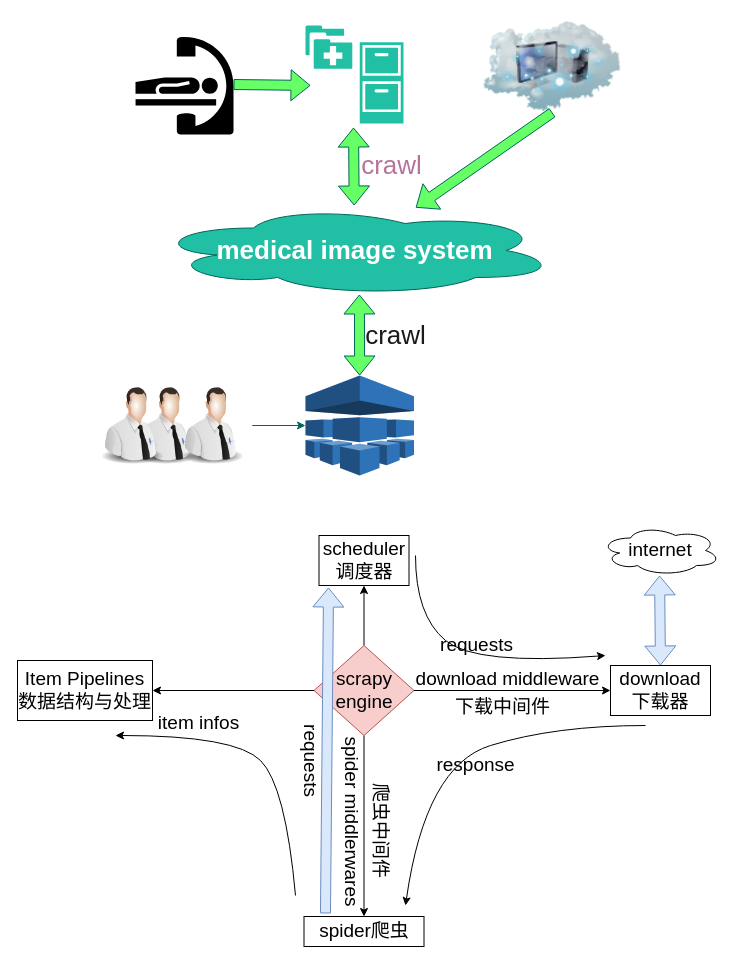
The draw.io diagram crawl&medicalimage_review.drawio in Thesoul20/daily-work, before the edit. Source tidied: cells renumbered, new cells numbered last; positions are measured from the earlier drawing's top-left corner, leaving out a move shared by most shapes. Both pictures are drawn from the tidied source at 100%, with x=0, y=0 at pixel (17, 21).
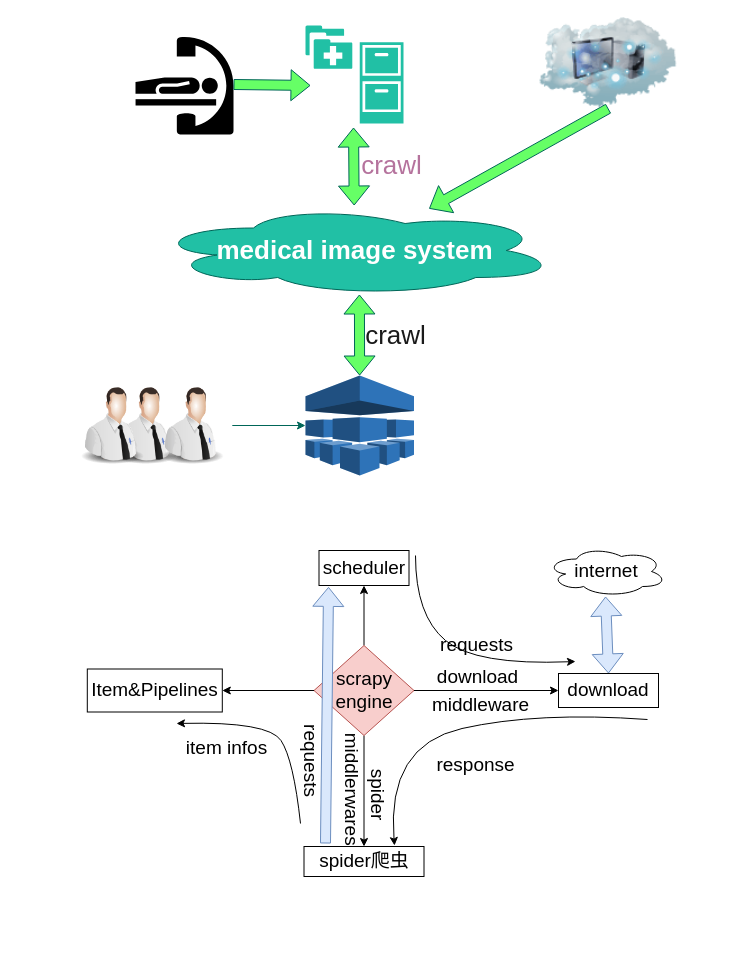
The same page after the edit.

Change to the diagram source:
```diff
@@
     <mxCell id="9" style="image;html=1;image=img/lib/clip_art/people/Tech_Man_128x128.png;rounded=0;sketch=0;fontSize=26;fontColor=#FFFFFF;strokeColor=#006658;fillColor=#21C0A5;" parent="1" vertex="1">
-      <mxGeometry x="108" y="364" width="80" height="80" as="geometry" />
+      <mxGeometry x="88" y="364" width="80" height="80" as="geometry" />
     </mxCell>
     <mxCell id="10" style="image;html=1;image=img/lib/clip_art/people/Tech_Man_128x128.png;rounded=0;sketch=0;fontSize=26;fontColor=#FFFFFF;strokeColor=#006658;fillColor=#21C0A5;" parent="1" vertex="1">
-      <mxGeometry x="75" y="364" width="80" height="80" as="geometry" />
+      <mxGeometry x="55" y="364" width="80" height="80" as="geometry" />
     </mxCell>
@@
     <mxCell id="12" style="image;html=1;image=img/lib/clip_art/people/Tech_Man_128x128.png;rounded=0;sketch=0;fontSize=26;fontColor=#FFFFFF;strokeColor=#006658;fillColor=#21C0A5;" parent="1" vertex="1">
-      <mxGeometry x="154.8" y="364" width="80" height="80" as="geometry" />
+      <mxGeometry x="134.8" y="364" width="80" height="80" as="geometry" />
     </mxCell>
@@
     <mxCell id="15" style="image;html=1;image=img/lib/clip_art/networking/Cloud_Computer_128x128.png;rounded=0;sketch=0;fontSize=26;fontColor=#B5739D;strokeColor=#006658;fillColor=#21C0A5;" parent="1" vertex="1">
-      <mxGeometry x="461" width="148" height="91" as="geometry" />
+      <mxGeometry x="517" y="-4" width="148" height="91" as="geometry" />
     </mxCell>
@@
-    <mxCell id="22" value="scheduler调度器" style="rounded=0;whiteSpace=wrap;html=1;fontSize=19;" parent="1" vertex="1">
-      <mxGeometry x="301.5" y="514" width="90" height="50" as="geometry" />
+    <mxCell id="22" value="scheduler" style="rounded=0;whiteSpace=wrap;html=1;fontSize=19;" parent="1" vertex="1">
+      <mxGeometry x="301.5" y="529" width="90" height="35" as="geometry" />
     </mxCell>
-    <mxCell id="23" value="Item Pipelines数据结构与处理" style="rounded=0;whiteSpace=wrap;html=1;fontSize=19;" parent="1" vertex="1">
-      <mxGeometry y="639" width="135" height="60" as="geometry" />
+    <mxCell id="23" value="Item&amp;amp;Pipelines" style="rounded=0;whiteSpace=wrap;html=1;fontSize=19;" parent="1" vertex="1">
+      <mxGeometry x="69.8" y="647.5" width="135" height="43" as="geometry" />
     </mxCell>
     <mxCell id="24" value="internet" style="ellipse;shape=cloud;whiteSpace=wrap;html=1;fontSize=19;" parent="1" vertex="1">
-      <mxGeometry x="583" y="504" width="120" height="50" as="geometry" />
+      <mxGeometry x="529" y="525" width="120" height="50" as="geometry" />
     </mxCell>
-    <mxCell id="25" value="download下载器" style="rounded=0;whiteSpace=wrap;html=1;fontSize=19;" parent="1" vertex="1">
-      <mxGeometry x="593" y="644" width="100" height="50" as="geometry" />
+    <mxCell id="25" value="download" style="rounded=0;whiteSpace=wrap;html=1;fontSize=19;" parent="1" vertex="1">
+      <mxGeometry x="541" y="652" width="100" height="34" as="geometry" />
     </mxCell>
     <mxCell id="26" value="spider爬虫" style="rounded=0;whiteSpace=wrap;html=1;fontSize=19;" parent="1" vertex="1">
-      <mxGeometry x="286.5" y="895" width="120" height="30" as="geometry" />
+      <mxGeometry x="286.5" y="825" width="120" height="30" as="geometry" />
     </mxCell>
@@
-    <mxCell id="28" value="download middleware" style="text;html=1;align=center;verticalAlign=middle;strokeColor=none;fillColor=none;fontSize=19;" parent="1" vertex="1">
-      <mxGeometry x="390" y="643" width="200" height="30" as="geometry" />
+    <mxCell id="28" value="download" style="text;html=1;align=center;verticalAlign=middle;strokeColor=none;fillColor=none;fontSize=19;" parent="1" vertex="1">
+      <mxGeometry x="414" y="642" width="91" height="27" as="geometry" />
     </mxCell>
-    <mxCell id="29" value="下载中间件" style="text;html=1;align=center;verticalAlign=middle;strokeColor=none;fillColor=none;fontSize=19;" parent="1" vertex="1">
-      <mxGeometry x="430" y="671" width="110" height="30" as="geometry" />
-    </mxCell>
-    <mxCell id="30" value="爬虫中间件" style="text;html=1;align=center;verticalAlign=middle;strokeColor=none;fillColor=none;fontSize=19;rotation=90;" parent="1" vertex="1">
-      <mxGeometry x="308" y="794" width="110" height="30" as="geometry" />
-    </mxCell>
-    <mxCell id="31" value="spider middlerwares" style="text;html=1;align=center;verticalAlign=middle;strokeColor=none;fillColor=none;fontSize=19;rotation=90;" parent="1" vertex="1">
-      <mxGeometry x="239" y="785" width="190" height="30" as="geometry" />
+    <mxCell id="31" value="&amp;nbsp;middlerwares" style="text;html=1;align=center;verticalAlign=middle;strokeColor=none;fillColor=none;fontSize=19;rotation=90;" parent="1" vertex="1">
+      <mxGeometry x="270.5" y="751" width="128" height="27" as="geometry" />
     </mxCell>
@@
     <mxCell id="34" style="curved=1;endArrow=classic;html=1;rounded=0;fontSize=19;" parent="1" edge="1">
       <mxGeometry relative="1" as="geometry">
         <mxPoint x="398" y="534" as="sourcePoint" />
-        <mxPoint x="588" y="634" as="targetPoint" />
+        <mxPoint x="558" y="640" as="targetPoint" />
         <Array as="points">
           <mxPoint x="398" y="594" />
           <mxPoint x="458" y="644" />
         </Array>
       </mxGeometry>
     </mxCell>
@@
     <mxCell id="36" style="curved=1;endArrow=classic;html=1;rounded=0;fontSize=19;" parent="1" edge="1">
       <mxGeometry relative="1" as="geometry">
-        <mxPoint x="628" y="704" as="sourcePoint" />
-        <mxPoint x="388" y="884" as="targetPoint" />
+        <mxPoint x="630" y="698" as="sourcePoint" />
+        <mxPoint x="377" y="824" as="targetPoint" />
         <Array as="points">
-          <mxPoint x="538" y="704" />
-          <mxPoint x="408" y="744" />
+          <mxPoint x="520" y="690" />
+          <mxPoint x="369" y="724" />
         </Array>
       </mxGeometry>
     </mxCell>
@@
     <mxCell id="38" style="curved=1;endArrow=classic;html=1;rounded=0;fontSize=19;" parent="1" edge="1">
       <mxGeometry relative="1" as="geometry">
-        <mxPoint x="278" y="874" as="sourcePoint" />
-        <mxPoint x="98" y="714" as="targetPoint" />
+        <mxPoint x="283" y="802" as="sourcePoint" />
+        <mxPoint x="159" y="702" as="targetPoint" />
         <Array as="points">
-          <mxPoint x="268" y="764" />
-          <mxPoint x="218" y="714" />
+          <mxPoint x="276" y="738" />
+          <mxPoint x="251" y="700" />
         </Array>
       </mxGeometry>
     </mxCell>
     <mxCell id="39" value="item infos" style="edgeLabel;html=1;align=center;verticalAlign=middle;fontSize=19;" parent="38" vertex="1">
       <mxGeometry x="0.46" y="6" relative="1" as="geometry">
-        <mxPoint x="1" y="-19" as="offset" />
+        <mxPoint x="-6" y="20" as="offset" />
       </mxGeometry>
     </mxCell>
+    <mxCell id="40" value="&lt;font style=&quot;font-size: 19px;&quot;&gt; middleware&lt;/font&gt;" style="text;html=1;align=center;verticalAlign=middle;strokeColor=none;fillColor=none;" parent="1" vertex="1">
+      <mxGeometry x="409" y="674" width="107" height="20" as="geometry" />
+    </mxCell>
+    <mxCell id="41" value="spider" style="text;html=1;align=center;verticalAlign=middle;strokeColor=none;fillColor=none;fontSize=19;rotation=90;" parent="1" vertex="1">
+      <mxGeometry x="329.5" y="759" width="62" height="27" as="geometry" />
+    </mxCell>
```
